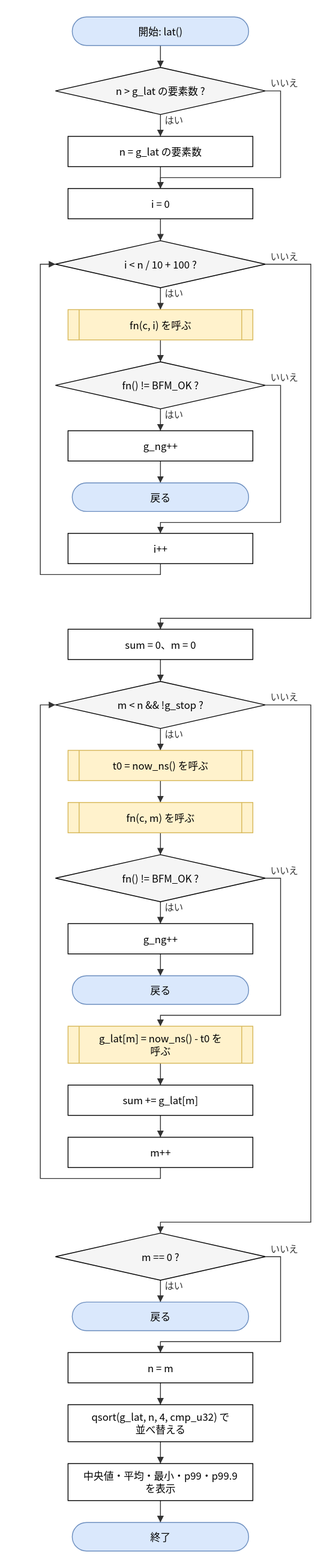
Above: doc/spec/images/flow_test_bfm_test-lat.drawio.svg in hf355051012-ai/bfmem (draw.io), before the change. Source tidied: cells renumbered, new cells last; positions are measured from the earlier drawing's top-left corner, leaving out a move shared by most shapes. Its diagram source:
```xml
<mxGraphModel>
  <root>
    <mxCell id="0" />
    <mxCell id="1" parent="0" />
    <mxCell id="2" value="開始: lat()" style="rounded=1;arcSize=50;whiteSpace=wrap;html=1;fillColor=#dae8fc;strokeColor=#6c8ebf;" parent="1" vertex="1">
      <mxGeometry x="38" width="210" height="34" as="geometry" />
    </mxCell>
    <mxCell id="3" value="n &amp;gt; g_lat の要素数 ?" style="rhombus;whiteSpace=wrap;html=1;fillColor=#f5f5f5;" parent="1" vertex="1">
      <mxGeometry x="18" y="60" width="250" height="56" as="geometry" />
    </mxCell>
    <mxCell id="4" value="n = g_lat の要素数" style="rounded=0;whiteSpace=wrap;html=1;" parent="1" vertex="1">
      <mxGeometry x="33" y="142" width="220" height="36" as="geometry" />
    </mxCell>
    <mxCell id="5" value="i = 0" style="rounded=0;whiteSpace=wrap;html=1;" parent="1" vertex="1">
      <mxGeometry x="33" y="204" width="220" height="36" as="geometry" />
    </mxCell>
    <mxCell id="6" value="i &amp;lt; n / 10 + 100 ?" style="rhombus;whiteSpace=wrap;html=1;fillColor=#f5f5f5;" parent="1" vertex="1">
      <mxGeometry x="18" y="266" width="250" height="56" as="geometry" />
    </mxCell>
    <mxCell id="7" value="fn(c, i) を呼ぶ" style="shape=process;whiteSpace=wrap;html=1;backgroundOutline=1;size=0.06;fillColor=#fff2cc;strokeColor=#d6b656;" parent="1" vertex="1">
      <mxGeometry x="33" y="348" width="220" height="36" as="geometry" />
    </mxCell>
    <mxCell id="8" value="fn() != BFM_OK ?" style="rhombus;whiteSpace=wrap;html=1;fillColor=#f5f5f5;" parent="1" vertex="1">
      <mxGeometry x="18" y="410" width="250" height="56" as="geometry" />
    </mxCell>
    <mxCell id="9" value="g_ng++" style="rounded=0;whiteSpace=wrap;html=1;" parent="1" vertex="1">
      <mxGeometry x="33" y="492" width="220" height="36" as="geometry" />
    </mxCell>
    <mxCell id="10" value="戻る" style="rounded=1;arcSize=50;whiteSpace=wrap;html=1;fillColor=#dae8fc;strokeColor=#6c8ebf;" parent="1" vertex="1">
      <mxGeometry x="38" y="554" width="210" height="34" as="geometry" />
    </mxCell>
    <mxCell id="11" value="i++" style="rounded=0;whiteSpace=wrap;html=1;" parent="1" vertex="1">
      <mxGeometry x="33" y="614" width="220" height="36" as="geometry" />
    </mxCell>
    <mxCell id="12" value="sum = 0、m = 0" style="rounded=0;whiteSpace=wrap;html=1;" parent="1" vertex="1">
      <mxGeometry x="33" y="728" width="220" height="36" as="geometry" />
    </mxCell>
    <mxCell id="13" value="m &amp;lt; n &amp;amp;&amp;amp; !g_stop ?" style="rhombus;whiteSpace=wrap;html=1;fillColor=#f5f5f5;" parent="1" vertex="1">
      <mxGeometry x="18" y="790" width="250" height="56" as="geometry" />
    </mxCell>
    <mxCell id="14" value="t0 = now_ns() を呼ぶ" style="shape=process;whiteSpace=wrap;html=1;backgroundOutline=1;size=0.06;fillColor=#fff2cc;strokeColor=#d6b656;" parent="1" vertex="1">
      <mxGeometry x="33" y="872" width="220" height="36" as="geometry" />
    </mxCell>
    <mxCell id="15" value="fn(c, m) を呼ぶ" style="shape=process;whiteSpace=wrap;html=1;backgroundOutline=1;size=0.06;fillColor=#fff2cc;strokeColor=#d6b656;" parent="1" vertex="1">
      <mxGeometry x="33" y="934" width="220" height="36" as="geometry" />
    </mxCell>
    <mxCell id="16" value="fn() != BFM_OK ?" style="rhombus;whiteSpace=wrap;html=1;fillColor=#f5f5f5;" parent="1" vertex="1">
      <mxGeometry x="18" y="996" width="250" height="56" as="geometry" />
    </mxCell>
    <mxCell id="17" value="g_ng++" style="rounded=0;whiteSpace=wrap;html=1;" parent="1" vertex="1">
      <mxGeometry x="33" y="1078" width="220" height="36" as="geometry" />
    </mxCell>
    <mxCell id="18" value="戻る" style="rounded=1;arcSize=50;whiteSpace=wrap;html=1;fillColor=#dae8fc;strokeColor=#6c8ebf;" parent="1" vertex="1">
      <mxGeometry x="38" y="1140" width="210" height="34" as="geometry" />
    </mxCell>
    <mxCell id="19" value="g_lat[m] = now_ns() - t0 を&lt;br&gt;呼ぶ" style="shape=process;whiteSpace=wrap;html=1;backgroundOutline=1;size=0.06;fillColor=#fff2cc;strokeColor=#d6b656;" parent="1" vertex="1">
      <mxGeometry x="33" y="1200" width="220" height="44" as="geometry" />
    </mxCell>
    <mxCell id="20" value="sum += g_lat[m]" style="rounded=0;whiteSpace=wrap;html=1;" parent="1" vertex="1">
      <mxGeometry x="33" y="1270" width="220" height="36" as="geometry" />
    </mxCell>
    <mxCell id="21" value="m++" style="rounded=0;whiteSpace=wrap;html=1;" parent="1" vertex="1">
      <mxGeometry x="33" y="1332" width="220" height="36" as="geometry" />
    </mxCell>
    <mxCell id="22" value="m == 0 ?" style="rhombus;whiteSpace=wrap;html=1;fillColor=#f5f5f5;" parent="1" vertex="1">
      <mxGeometry x="18" y="1446" width="250" height="56" as="geometry" />
    </mxCell>
    <mxCell id="23" value="戻る" style="rounded=1;arcSize=50;whiteSpace=wrap;html=1;fillColor=#dae8fc;strokeColor=#6c8ebf;" parent="1" vertex="1">
      <mxGeometry x="38" y="1528" width="210" height="34" as="geometry" />
    </mxCell>
    <mxCell id="24" value="n = m" style="rounded=0;whiteSpace=wrap;html=1;" parent="1" vertex="1">
      <mxGeometry x="33" y="1588" width="220" height="36" as="geometry" />
    </mxCell>
    <mxCell id="25" value="qsort(g_lat, n, 4, cmp_u32) で&lt;br&gt;並べ替える" style="rounded=0;whiteSpace=wrap;html=1;" parent="1" vertex="1">
      <mxGeometry x="33" y="1650" width="220" height="44" as="geometry" />
    </mxCell>
    <mxCell id="26" value="中央値・平均・最小・p99・p99.9&lt;br&gt;を表示" style="rounded=0;whiteSpace=wrap;html=1;" parent="1" vertex="1">
      <mxGeometry x="33" y="1720" width="220" height="44" as="geometry" />
    </mxCell>
    <mxCell id="27" value="終了" style="rounded=1;arcSize=50;whiteSpace=wrap;html=1;fillColor=#dae8fc;strokeColor=#6c8ebf;" parent="1" vertex="1">
      <mxGeometry x="38" y="1790" width="210" height="34" as="geometry" />
    </mxCell>
    <mxCell id="28" style="edgeStyle=none;html=1;rounded=0;endArrow=block;endFill=1;exitX=0.5000;exitY=1.0000;exitDx=0;exitDy=0;exitPerimeter=0;entryX=0.5000;entryY=0.0000;entryDx=0;entryDy=0;entryPerimeter=0;" parent="1" edge="1" source="2" target="3">
      <mxGeometry relative="1" as="geometry" />
    </mxCell>
    <mxCell id="29" value="はい" style="edgeStyle=none;html=1;rounded=0;endArrow=block;endFill=1;exitX=0.5000;exitY=1.0000;exitDx=0;exitDy=0;exitPerimeter=0;entryX=0.5000;entryY=0.0000;entryDx=0;entryDy=0;entryPerimeter=0;" parent="1" edge="1" source="3" target="4">
      <mxGeometry relative="1" as="geometry" />
    </mxCell>
    <mxCell id="30" style="edgeStyle=none;html=1;rounded=0;endArrow=block;endFill=1;exitX=0.5000;exitY=1.0000;exitDx=0;exitDy=0;exitPerimeter=0;entryX=0.5000;entryY=0.0000;entryDx=0;entryDy=0;entryPerimeter=0;" parent="1" edge="1" source="4" target="5">
      <mxGeometry relative="1" as="geometry" />
    </mxCell>
    <mxCell id="31" value="いいえ" style="edgeStyle=none;html=1;rounded=0;endArrow=block;endFill=1;exitX=1.0000;exitY=0.5000;exitDx=0;exitDy=0;exitPerimeter=0;entryX=0.5000;entryY=0.0000;entryDx=0;entryDy=0;entryPerimeter=0;" parent="1" edge="1" source="3" target="5">
      <mxGeometry relative="1" as="geometry">
        <Array as="points">
          <mxPoint x="286" y="88" />
          <mxPoint x="286" y="191" />
          <mxPoint x="143" y="191" />
        </Array>
      </mxGeometry>
    </mxCell>
    <mxCell id="32" style="edgeStyle=none;html=1;rounded=0;endArrow=block;endFill=1;exitX=0.5000;exitY=1.0000;exitDx=0;exitDy=0;exitPerimeter=0;entryX=0.5000;entryY=0.0000;entryDx=0;entryDy=0;entryPerimeter=0;" parent="1" edge="1" source="5" target="6">
      <mxGeometry relative="1" as="geometry" />
    </mxCell>
    <mxCell id="33" value="はい" style="edgeStyle=none;html=1;rounded=0;endArrow=block;endFill=1;exitX=0.5000;exitY=1.0000;exitDx=0;exitDy=0;exitPerimeter=0;entryX=0.5000;entryY=0.0000;entryDx=0;entryDy=0;entryPerimeter=0;" parent="1" edge="1" source="6" target="7">
      <mxGeometry relative="1" as="geometry" />
    </mxCell>
    <mxCell id="34" style="edgeStyle=none;html=1;rounded=0;endArrow=block;endFill=1;exitX=0.5000;exitY=1.0000;exitDx=0;exitDy=0;exitPerimeter=0;entryX=0.5000;entryY=0.0000;entryDx=0;entryDy=0;entryPerimeter=0;" parent="1" edge="1" source="7" target="8">
      <mxGeometry relative="1" as="geometry" />
    </mxCell>
    <mxCell id="35" value="はい" style="edgeStyle=none;html=1;rounded=0;endArrow=block;endFill=1;exitX=0.5000;exitY=1.0000;exitDx=0;exitDy=0;exitPerimeter=0;entryX=0.5000;entryY=0.0000;entryDx=0;entryDy=0;entryPerimeter=0;" parent="1" edge="1" source="8" target="9">
      <mxGeometry relative="1" as="geometry" />
    </mxCell>
    <mxCell id="36" style="edgeStyle=none;html=1;rounded=0;endArrow=block;endFill=1;exitX=0.5000;exitY=1.0000;exitDx=0;exitDy=0;exitPerimeter=0;entryX=0.5000;entryY=0.0000;entryDx=0;entryDy=0;entryPerimeter=0;" parent="1" edge="1" source="9" target="10">
      <mxGeometry relative="1" as="geometry" />
    </mxCell>
    <mxCell id="37" value="いいえ" style="edgeStyle=none;html=1;rounded=0;endArrow=block;endFill=1;exitX=1.0000;exitY=0.5000;exitDx=0;exitDy=0;exitPerimeter=0;entryX=0.5000;entryY=0.0000;entryDx=0;entryDy=0;entryPerimeter=0;" parent="1" edge="1" source="8" target="11">
      <mxGeometry relative="1" as="geometry">
        <Array as="points">
          <mxPoint x="286" y="438" />
          <mxPoint x="286" y="601" />
          <mxPoint x="143" y="601" />
        </Array>
      </mxGeometry>
    </mxCell>
    <mxCell id="38" style="edgeStyle=none;html=1;rounded=0;endArrow=block;endFill=1;exitX=0.5000;exitY=1.0000;exitDx=0;exitDy=0;exitPerimeter=0;entryX=0.0000;entryY=0.5000;entryDx=0;entryDy=0;entryPerimeter=0;" parent="1" edge="1" source="11" target="6">
      <mxGeometry relative="1" as="geometry">
        <Array as="points">
          <mxPoint x="143" y="663" />
          <mxPoint y="663" />
          <mxPoint y="294" />
        </Array>
      </mxGeometry>
    </mxCell>
    <mxCell id="39" value="いいえ" style="edgeStyle=none;html=1;rounded=0;endArrow=block;endFill=1;exitX=1.0000;exitY=0.5000;exitDx=0;exitDy=0;exitPerimeter=0;entryX=0.5000;entryY=0.0000;entryDx=0;entryDy=0;entryPerimeter=0;" parent="1" edge="1" source="6" target="12">
      <mxGeometry relative="1" as="geometry">
        <Array as="points">
          <mxPoint x="322" y="294" />
          <mxPoint x="322" y="715" />
          <mxPoint x="143" y="715" />
        </Array>
      </mxGeometry>
    </mxCell>
    <mxCell id="40" style="edgeStyle=none;html=1;rounded=0;endArrow=block;endFill=1;exitX=0.5000;exitY=1.0000;exitDx=0;exitDy=0;exitPerimeter=0;entryX=0.5000;entryY=0.0000;entryDx=0;entryDy=0;entryPerimeter=0;" parent="1" edge="1" source="12" target="13">
      <mxGeometry relative="1" as="geometry" />
    </mxCell>
    <mxCell id="41" value="はい" style="edgeStyle=none;html=1;rounded=0;endArrow=block;endFill=1;exitX=0.5000;exitY=1.0000;exitDx=0;exitDy=0;exitPerimeter=0;entryX=0.5000;entryY=0.0000;entryDx=0;entryDy=0;entryPerimeter=0;" parent="1" edge="1" source="13" target="14">
      <mxGeometry relative="1" as="geometry" />
    </mxCell>
    <mxCell id="42" style="edgeStyle=none;html=1;rounded=0;endArrow=block;endFill=1;exitX=0.5000;exitY=1.0000;exitDx=0;exitDy=0;exitPerimeter=0;entryX=0.5000;entryY=0.0000;entryDx=0;entryDy=0;entryPerimeter=0;" parent="1" edge="1" source="14" target="15">
      <mxGeometry relative="1" as="geometry" />
    </mxCell>
    <mxCell id="43" style="edgeStyle=none;html=1;rounded=0;endArrow=block;endFill=1;exitX=0.5000;exitY=1.0000;exitDx=0;exitDy=0;exitPerimeter=0;entryX=0.5000;entryY=0.0000;entryDx=0;entryDy=0;entryPerimeter=0;" parent="1" edge="1" source="15" target="16">
      <mxGeometry relative="1" as="geometry" />
    </mxCell>
    <mxCell id="44" value="はい" style="edgeStyle=none;html=1;rounded=0;endArrow=block;endFill=1;exitX=0.5000;exitY=1.0000;exitDx=0;exitDy=0;exitPerimeter=0;entryX=0.5000;entryY=0.0000;entryDx=0;entryDy=0;entryPerimeter=0;" parent="1" edge="1" source="16" target="17">
      <mxGeometry relative="1" as="geometry" />
    </mxCell>
    <mxCell id="45" style="edgeStyle=none;html=1;rounded=0;endArrow=block;endFill=1;exitX=0.5000;exitY=1.0000;exitDx=0;exitDy=0;exitPerimeter=0;entryX=0.5000;entryY=0.0000;entryDx=0;entryDy=0;entryPerimeter=0;" parent="1" edge="1" source="17" target="18">
      <mxGeometry relative="1" as="geometry" />
    </mxCell>
    <mxCell id="46" value="いいえ" style="edgeStyle=none;html=1;rounded=0;endArrow=block;endFill=1;exitX=1.0000;exitY=0.5000;exitDx=0;exitDy=0;exitPerimeter=0;entryX=0.5000;entryY=0.0000;entryDx=0;entryDy=0;entryPerimeter=0;" parent="1" edge="1" source="16" target="19">
      <mxGeometry relative="1" as="geometry">
        <Array as="points">
          <mxPoint x="286" y="1024" />
          <mxPoint x="286" y="1187" />
          <mxPoint x="143" y="1187" />
        </Array>
      </mxGeometry>
    </mxCell>
    <mxCell id="47" style="edgeStyle=none;html=1;rounded=0;endArrow=block;endFill=1;exitX=0.5000;exitY=1.0000;exitDx=0;exitDy=0;exitPerimeter=0;entryX=0.5000;entryY=0.0000;entryDx=0;entryDy=0;entryPerimeter=0;" parent="1" edge="1" source="19" target="20">
      <mxGeometry relative="1" as="geometry" />
    </mxCell>
    <mxCell id="48" style="edgeStyle=none;html=1;rounded=0;endArrow=block;endFill=1;exitX=0.5000;exitY=1.0000;exitDx=0;exitDy=0;exitPerimeter=0;entryX=0.5000;entryY=0.0000;entryDx=0;entryDy=0;entryPerimeter=0;" parent="1" edge="1" source="20" target="21">
      <mxGeometry relative="1" as="geometry" />
    </mxCell>
    <mxCell id="49" style="edgeStyle=none;html=1;rounded=0;endArrow=block;endFill=1;exitX=0.5000;exitY=1.0000;exitDx=0;exitDy=0;exitPerimeter=0;entryX=0.0000;entryY=0.5000;entryDx=0;entryDy=0;entryPerimeter=0;" parent="1" edge="1" source="21" target="13">
      <mxGeometry relative="1" as="geometry">
        <Array as="points">
          <mxPoint x="143" y="1381" />
          <mxPoint y="1381" />
          <mxPoint y="818" />
        </Array>
      </mxGeometry>
    </mxCell>
    <mxCell id="50" value="いいえ" style="edgeStyle=none;html=1;rounded=0;endArrow=block;endFill=1;exitX=1.0000;exitY=0.5000;exitDx=0;exitDy=0;exitPerimeter=0;entryX=0.5000;entryY=0.0000;entryDx=0;entryDy=0;entryPerimeter=0;" parent="1" edge="1" source="13" target="22">
      <mxGeometry relative="1" as="geometry">
        <Array as="points">
          <mxPoint x="322" y="818" />
          <mxPoint x="322" y="1433" />
          <mxPoint x="143" y="1433" />
        </Array>
      </mxGeometry>
    </mxCell>
    <mxCell id="51" value="はい" style="edgeStyle=none;html=1;rounded=0;endArrow=block;endFill=1;exitX=0.5000;exitY=1.0000;exitDx=0;exitDy=0;exitPerimeter=0;entryX=0.5000;entryY=0.0000;entryDx=0;entryDy=0;entryPerimeter=0;" parent="1" edge="1" source="22" target="23">
      <mxGeometry relative="1" as="geometry" />
    </mxCell>
    <mxCell id="52" value="いいえ" style="edgeStyle=none;html=1;rounded=0;endArrow=block;endFill=1;exitX=1.0000;exitY=0.5000;exitDx=0;exitDy=0;exitPerimeter=0;entryX=0.5000;entryY=0.0000;entryDx=0;entryDy=0;entryPerimeter=0;" parent="1" edge="1" source="22" target="24">
      <mxGeometry relative="1" as="geometry">
        <Array as="points">
          <mxPoint x="286" y="1474" />
          <mxPoint x="286" y="1575" />
          <mxPoint x="143" y="1575" />
        </Array>
      </mxGeometry>
    </mxCell>
    <mxCell id="53" style="edgeStyle=none;html=1;rounded=0;endArrow=block;endFill=1;exitX=0.5000;exitY=1.0000;exitDx=0;exitDy=0;exitPerimeter=0;entryX=0.5000;entryY=0.0000;entryDx=0;entryDy=0;entryPerimeter=0;" parent="1" edge="1" source="24" target="25">
      <mxGeometry relative="1" as="geometry" />
    </mxCell>
    <mxCell id="54" style="edgeStyle=none;html=1;rounded=0;endArrow=block;endFill=1;exitX=0.5000;exitY=1.0000;exitDx=0;exitDy=0;exitPerimeter=0;entryX=0.5000;entryY=0.0000;entryDx=0;entryDy=0;entryPerimeter=0;" parent="1" edge="1" source="25" target="26">
      <mxGeometry relative="1" as="geometry" />
    </mxCell>
    <mxCell id="55" style="edgeStyle=none;html=1;rounded=0;endArrow=block;endFill=1;exitX=0.5000;exitY=1.0000;exitDx=0;exitDy=0;exitPerimeter=0;entryX=0.5000;entryY=0.0000;entryDx=0;entryDy=0;entryPerimeter=0;" parent="1" edge="1" source="26" target="27">
      <mxGeometry relative="1" as="geometry" />
    </mxCell>
  </root>
</mxGraphModel>
```
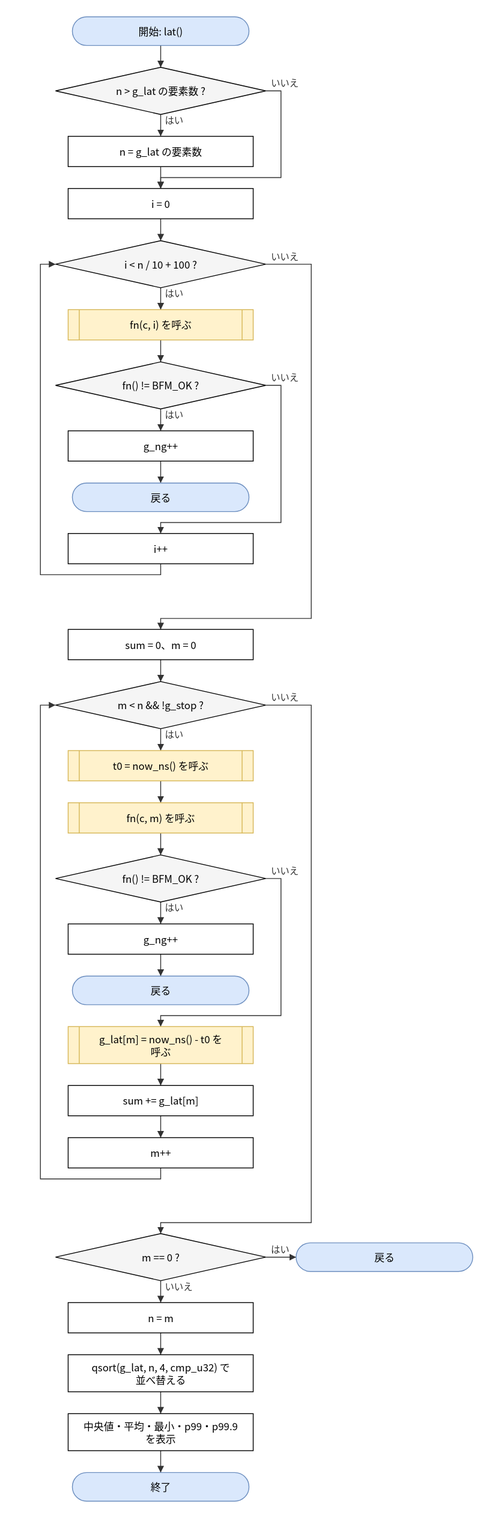
The same diagram one commit later.

Change to the diagram source:
```diff
@@ -66,19 +66,19 @@
       <mxGeometry x="18" y="1446" width="250" height="56" as="geometry" />
     </mxCell>
     <mxCell id="23" value="戻る" style="rounded=1;arcSize=50;whiteSpace=wrap;html=1;fillColor=#dae8fc;strokeColor=#6c8ebf;" parent="1" vertex="1">
-      <mxGeometry x="38" y="1528" width="210" height="34" as="geometry" />
+      <mxGeometry x="304" y="1457" width="210" height="34" as="geometry" />
     </mxCell>
     <mxCell id="24" value="n = m" style="rounded=0;whiteSpace=wrap;html=1;" parent="1" vertex="1">
-      <mxGeometry x="33" y="1588" width="220" height="36" as="geometry" />
+      <mxGeometry x="33" y="1528" width="220" height="36" as="geometry" />
     </mxCell>
     <mxCell id="25" value="qsort(g_lat, n, 4, cmp_u32) で&lt;br&gt;並べ替える" style="rounded=0;whiteSpace=wrap;html=1;" parent="1" vertex="1">
-      <mxGeometry x="33" y="1650" width="220" height="44" as="geometry" />
+      <mxGeometry x="33" y="1590" width="220" height="44" as="geometry" />
     </mxCell>
     <mxCell id="26" value="中央値・平均・最小・p99・p99.9&lt;br&gt;を表示" style="rounded=0;whiteSpace=wrap;html=1;" parent="1" vertex="1">
-      <mxGeometry x="33" y="1720" width="220" height="44" as="geometry" />
+      <mxGeometry x="33" y="1660" width="220" height="44" as="geometry" />
     </mxCell>
     <mxCell id="27" value="終了" style="rounded=1;arcSize=50;whiteSpace=wrap;html=1;fillColor=#dae8fc;strokeColor=#6c8ebf;" parent="1" vertex="1">
-      <mxGeometry x="38" y="1790" width="210" height="34" as="geometry" />
+      <mxGeometry x="38" y="1730" width="210" height="34" as="geometry" />
     </mxCell>
     <mxCell id="28" style="edgeStyle=none;html=1;rounded=0;endArrow=block;endFill=1;exitX=0.5000;exitY=1.0000;exitDx=0;exitDy=0;exitPerimeter=0;entryX=0.5000;entryY=0.0000;entryDx=0;entryDy=0;entryPerimeter=0;" parent="1" edge="1" source="2" target="3">
       <mxGeometry relative="1" as="geometry" />
@@ -191,17 +191,11 @@
         </Array>
       </mxGeometry>
     </mxCell>
-    <mxCell id="51" value="はい" style="edgeStyle=none;html=1;rounded=0;endArrow=block;endFill=1;exitX=0.5000;exitY=1.0000;exitDx=0;exitDy=0;exitPerimeter=0;entryX=0.5000;entryY=0.0000;entryDx=0;entryDy=0;entryPerimeter=0;" parent="1" edge="1" source="22" target="23">
+    <mxCell id="51" value="はい" style="edgeStyle=none;html=1;rounded=0;endArrow=block;endFill=1;exitX=1.0000;exitY=0.5000;exitDx=0;exitDy=0;exitPerimeter=0;entryX=0.0000;entryY=0.5000;entryDx=0;entryDy=0;entryPerimeter=0;" parent="1" edge="1" source="22" target="23">
       <mxGeometry relative="1" as="geometry" />
     </mxCell>
-    <mxCell id="52" value="いいえ" style="edgeStyle=none;html=1;rounded=0;endArrow=block;endFill=1;exitX=1.0000;exitY=0.5000;exitDx=0;exitDy=0;exitPerimeter=0;entryX=0.5000;entryY=0.0000;entryDx=0;entryDy=0;entryPerimeter=0;" parent="1" edge="1" source="22" target="24">
-      <mxGeometry relative="1" as="geometry">
-        <Array as="points">
-          <mxPoint x="286" y="1474" />
-          <mxPoint x="286" y="1575" />
-          <mxPoint x="143" y="1575" />
-        </Array>
-      </mxGeometry>
+    <mxCell id="52" value="いいえ" style="edgeStyle=none;html=1;rounded=0;endArrow=block;endFill=1;exitX=0.5000;exitY=1.0000;exitDx=0;exitDy=0;exitPerimeter=0;entryX=0.5000;entryY=0.0000;entryDx=0;entryDy=0;entryPerimeter=0;" parent="1" edge="1" source="22" target="24">
+      <mxGeometry relative="1" as="geometry" />
     </mxCell>
     <mxCell id="53" style="edgeStyle=none;html=1;rounded=0;endArrow=block;endFill=1;exitX=0.5000;exitY=1.0000;exitDx=0;exitDy=0;exitPerimeter=0;entryX=0.5000;entryY=0.0000;entryDx=0;entryDy=0;entryPerimeter=0;" parent="1" edge="1" source="24" target="25">
       <mxGeometry relative="1" as="geometry" />
```
